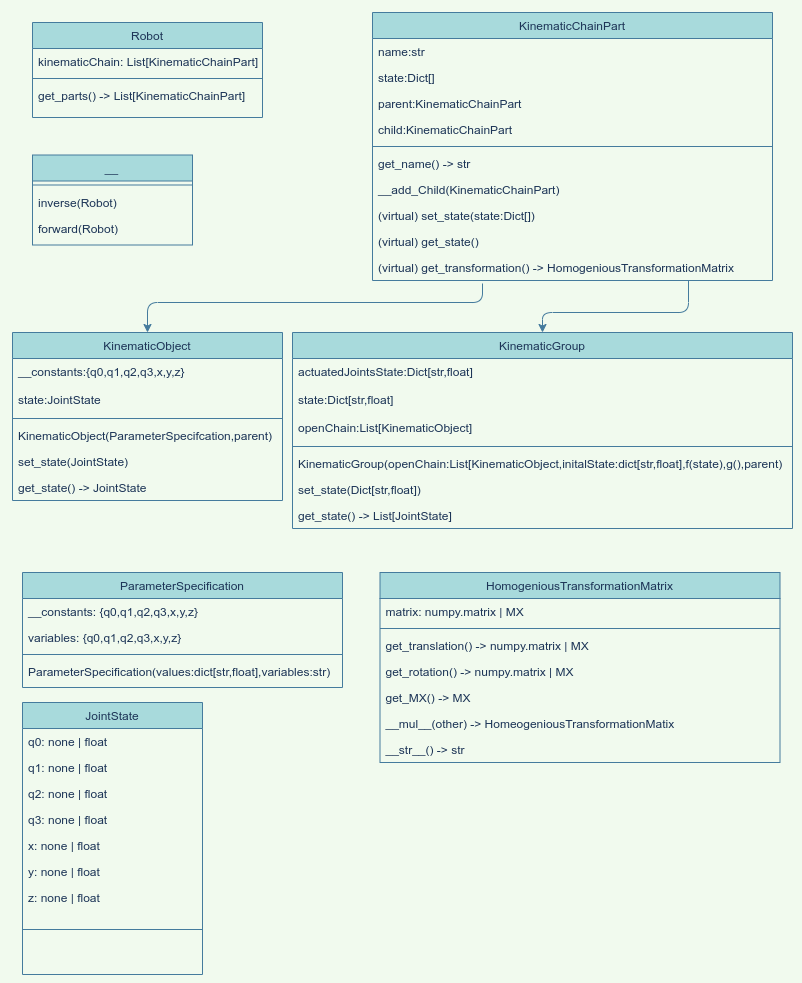
The draw.io diagram docs/design/TriP.png in TriPed-Robot/trip_kinematics, before a commit. Source tidied: cells renumbered, new cells last; positions are measured from the earlier drawing's top-left corner, leaving out a move shared by most shapes.
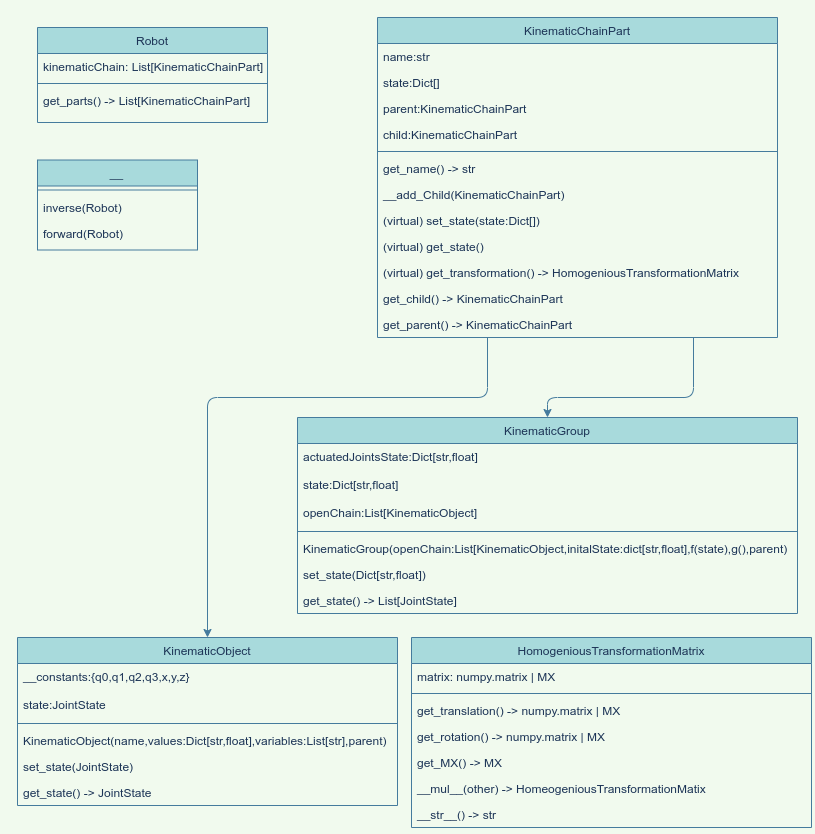
The same file after the commit.

Commit message:
Update class diagram

Diff of the diagram source:
```diff
@@ -15,7 +15,7 @@
       <mxGeometry y="60" width="230" height="26" as="geometry" />
     </mxCell>
     <mxCell id="6" value="KinematicGroup&#10;" style="swimlane;fontStyle=0;align=center;verticalAlign=top;horizontal=1;startSize=26;shadow=0;strokeWidth=1;fillColor=#A8DADC;strokeColor=#457B9D;fontColor=#1D3557;" parent="1" vertex="1">
-      <mxGeometry x="280" y="320" width="500" height="196" as="geometry" />
+      <mxGeometry x="280" y="400" width="500" height="196" as="geometry" />
     </mxCell>
     <mxCell id="7" value="actuatedJointsState:Dict[str,float]" style="text;align=left;verticalAlign=top;spacingLeft=4;spacingRight=4;overflow=hidden;shadow=0;html=0;fontColor=#1D3557;" parent="6" vertex="1">
       <mxGeometry y="26" width="500" height="28" as="geometry" />
@@ -38,41 +38,26 @@
     <mxCell id="13" value="get_state() -&gt; List[JointState]" style="text;align=left;verticalAlign=top;spacingLeft=4;spacingRight=4;overflow=hidden;fontColor=#1D3557;" parent="6" vertex="1">
       <mxGeometry y="170" width="500" height="26" as="geometry" />
     </mxCell>
-    <mxCell id="14" value="ParameterSpecification&#10;" style="swimlane;fontStyle=0;align=center;verticalAlign=top;horizontal=1;startSize=26;shadow=0;strokeWidth=1;fillColor=#A8DADC;strokeColor=#457B9D;fontColor=#1D3557;" parent="1" vertex="1">
-      <mxGeometry x="10" y="560" width="320" height="115" as="geometry" />
-    </mxCell>
-    <mxCell id="15" value="__constants: {q0,q1,q2,q3,x,y,z}" style="text;align=left;verticalAlign=top;spacingLeft=4;spacingRight=4;overflow=hidden;fontColor=#1D3557;" parent="14" vertex="1">
-      <mxGeometry y="26" width="320" height="26" as="geometry" />
-    </mxCell>
-    <mxCell id="16" value="variables: {q0,q1,q2,q3,x,y,z}" style="text;align=left;verticalAlign=top;spacingLeft=4;spacingRight=4;overflow=hidden;fontColor=#1D3557;" parent="14" vertex="1">
-      <mxGeometry y="52" width="320" height="26" as="geometry" />
-    </mxCell>
-    <mxCell id="17" style="line;html=1;strokeWidth=1;align=left;verticalAlign=middle;spacingTop=-1;spacingLeft=3;spacingRight=3;labelPosition=right;fillColor=#A8DADC;strokeColor=#457B9D;fontColor=#1D3557;labelBackgroundColor=#F1FAEE;" parent="14" vertex="1">
-      <mxGeometry y="78" width="320" height="8" as="geometry" />
-    </mxCell>
-    <mxCell id="18" value="ParameterSpecification(values:dict[str,float],variables:str)" style="text;align=left;verticalAlign=top;spacingLeft=4;spacingRight=4;overflow=hidden;fontColor=#1D3557;" parent="14" vertex="1">
-      <mxGeometry y="86" width="320" height="26" as="geometry" />
-    </mxCell>
     <mxCell id="19" value="KinematicObject&#10;" style="swimlane;fontStyle=0;align=center;verticalAlign=top;horizontal=1;startSize=26;shadow=0;strokeWidth=1;fillColor=#A8DADC;strokeColor=#457B9D;fontColor=#1D3557;" parent="1" vertex="1">
-      <mxGeometry y="320" width="270" height="168" as="geometry" />
+      <mxGeometry y="620" width="380" height="168" as="geometry" />
     </mxCell>
     <mxCell id="20" value="__constants:{q0,q1,q2,q3,x,y,z}&#10;" style="text;align=left;verticalAlign=top;spacingLeft=4;spacingRight=4;overflow=hidden;shadow=0;html=0;fontColor=#1D3557;" parent="19" vertex="1">
-      <mxGeometry y="26" width="270" height="28" as="geometry" />
+      <mxGeometry y="26" width="380" height="28" as="geometry" />
     </mxCell>
     <mxCell id="21" value="state:JointState" style="text;align=left;verticalAlign=top;spacingLeft=4;spacingRight=4;overflow=hidden;shadow=0;html=0;fontColor=#1D3557;" parent="19" vertex="1">
-      <mxGeometry y="54" width="270" height="28" as="geometry" />
+      <mxGeometry y="54" width="380" height="28" as="geometry" />
     </mxCell>
     <mxCell id="22" style="line;html=1;strokeWidth=1;align=left;verticalAlign=middle;spacingTop=-1;spacingLeft=3;spacingRight=3;labelPosition=right;fillColor=#A8DADC;strokeColor=#457B9D;fontColor=#1D3557;labelBackgroundColor=#F1FAEE;" parent="19" vertex="1">
-      <mxGeometry y="82" width="270" height="8" as="geometry" />
+      <mxGeometry y="82" width="380" height="8" as="geometry" />
     </mxCell>
-    <mxCell id="23" value="KinematicObject(ParameterSpecifcation,parent)" style="text;align=left;verticalAlign=top;spacingLeft=4;spacingRight=4;overflow=hidden;fontColor=#1D3557;" parent="19" vertex="1">
-      <mxGeometry y="90" width="270" height="26" as="geometry" />
+    <mxCell id="23" value="KinematicObject(name,values:Dict[str,float],variables:List[str],parent)" style="text;align=left;verticalAlign=top;spacingLeft=4;spacingRight=4;overflow=hidden;fontColor=#1D3557;" parent="19" vertex="1">
+      <mxGeometry y="90" width="380" height="26" as="geometry" />
     </mxCell>
     <mxCell id="24" value="set_state(JointState)" style="text;align=left;verticalAlign=top;spacingLeft=4;spacingRight=4;overflow=hidden;fontColor=#1D3557;" parent="19" vertex="1">
-      <mxGeometry y="116" width="270" height="26" as="geometry" />
+      <mxGeometry y="116" width="380" height="26" as="geometry" />
     </mxCell>
     <mxCell id="25" value="get_state() -&gt; JointState" style="text;align=left;verticalAlign=top;spacingLeft=4;spacingRight=4;overflow=hidden;fontColor=#1D3557;" parent="19" vertex="1">
-      <mxGeometry y="142" width="270" height="26" as="geometry" />
+      <mxGeometry y="142" width="380" height="26" as="geometry" />
     </mxCell>
     <mxCell id="26" value="__" style="swimlane;fontStyle=2;align=center;verticalAlign=top;horizontal=1;startSize=26;shadow=0;strokeWidth=1;fillColor=#A8DADC;strokeColor=#457B9D;fontColor=#1D3557;" parent="1" vertex="1">
       <mxGeometry x="20" y="142.5" width="160" height="90" as="geometry" />
@@ -87,7 +72,7 @@
       <mxGeometry y="60" width="160" height="26" as="geometry" />
     </mxCell>
     <mxCell id="30" value="KinematicChainPart" style="swimlane;fontStyle=0;align=center;verticalAlign=top;horizontal=1;startSize=26;shadow=0;strokeWidth=1;fillColor=#A8DADC;strokeColor=#457B9D;fontColor=#1D3557;" parent="1" vertex="1">
-      <mxGeometry x="360" width="400" height="268" as="geometry" />
+      <mxGeometry x="360" width="400" height="320" as="geometry" />
     </mxCell>
     <mxCell id="31" value="name:str" style="text;align=left;verticalAlign=top;spacingLeft=4;spacingRight=4;overflow=hidden;fontColor=#1D3557;" parent="30" vertex="1">
       <mxGeometry y="26" width="400" height="26" as="geometry" />
@@ -119,52 +104,32 @@
     <mxCell id="40" value="(virtual) get_transformation() -&gt; HomogeniousTransformationMatrix" style="text;align=left;verticalAlign=top;spacingLeft=4;spacingRight=4;overflow=hidden;points=[[0,0.5],[1,0.5]];portConstraint=eastwest;fontColor=#1D3557;" parent="30" vertex="1">
       <mxGeometry y="242" width="400" height="26" as="geometry" />
     </mxCell>
-    <mxCell id="41" value="JointState" style="swimlane;fontStyle=0;align=center;verticalAlign=top;horizontal=1;startSize=26;shadow=0;strokeWidth=1;fillColor=#A8DADC;strokeColor=#457B9D;fontColor=#1D3557;" parent="1" vertex="1">
-      <mxGeometry x="10" y="690" width="180" height="272" as="geometry" />
-    </mxCell>
-    <mxCell id="42" value="q0: none | float" style="text;align=left;verticalAlign=top;spacingLeft=4;spacingRight=4;overflow=hidden;fontColor=#1D3557;" parent="41" vertex="1">
-      <mxGeometry y="26" width="180" height="26" as="geometry" />
-    </mxCell>
-    <mxCell id="43" value="q1: none | float" style="text;align=left;verticalAlign=top;spacingLeft=4;spacingRight=4;overflow=hidden;fontColor=#1D3557;" parent="41" vertex="1">
-      <mxGeometry y="52" width="180" height="26" as="geometry" />
-    </mxCell>
-    <mxCell id="44" value="q2: none | float" style="text;align=left;verticalAlign=top;spacingLeft=4;spacingRight=4;overflow=hidden;fontColor=#1D3557;" parent="41" vertex="1">
-      <mxGeometry y="78" width="180" height="26" as="geometry" />
-    </mxCell>
-    <mxCell id="45" value="q3: none | float" style="text;align=left;verticalAlign=top;spacingLeft=4;spacingRight=4;overflow=hidden;fontColor=#1D3557;" parent="41" vertex="1">
-      <mxGeometry y="104" width="180" height="26" as="geometry" />
-    </mxCell>
-    <mxCell id="46" value="x: none | float" style="text;align=left;verticalAlign=top;spacingLeft=4;spacingRight=4;overflow=hidden;fontColor=#1D3557;" parent="41" vertex="1">
-      <mxGeometry y="130" width="180" height="26" as="geometry" />
-    </mxCell>
-    <mxCell id="47" value="y: none | float" style="text;align=left;verticalAlign=top;spacingLeft=4;spacingRight=4;overflow=hidden;fontColor=#1D3557;" parent="41" vertex="1">
-      <mxGeometry y="156" width="180" height="26" as="geometry" />
-    </mxCell>
-    <mxCell id="48" value="z: none | float" style="text;align=left;verticalAlign=top;spacingLeft=4;spacingRight=4;overflow=hidden;fontColor=#1D3557;" parent="41" vertex="1">
-      <mxGeometry y="182" width="180" height="26" as="geometry" />
-    </mxCell>
-    <mxCell id="49" style="line;html=1;strokeWidth=1;align=left;verticalAlign=middle;spacingTop=-1;spacingLeft=3;spacingRight=3;labelPosition=right;fillColor=#A8DADC;strokeColor=#457B9D;fontColor=#1D3557;labelBackgroundColor=#F1FAEE;" parent="41" vertex="1">
-      <mxGeometry y="208" width="180" height="38" as="geometry" />
-    </mxCell>
+    <mxCell id="60" value="get_child() -&gt; KinematicChainPart" style="text;align=left;verticalAlign=top;spacingLeft=4;spacingRight=4;overflow=hidden;fontColor=#1D3557;" parent="30" vertex="1">
+      <mxGeometry y="268" width="400" height="26" as="geometry" />
+    </mxCell>
+    <mxCell id="61" value="get_parent() -&gt; KinematicChainPart" style="text;align=left;verticalAlign=top;spacingLeft=4;spacingRight=4;overflow=hidden;fontColor=#1D3557;" parent="30" vertex="1">
+      <mxGeometry y="294" width="400" height="26" as="geometry" />
+    </mxCell>
     <mxCell id="50" style="endArrow=classic;html=1;strokeColor=#457B9D;fontColor=#1D3557;labelBackgroundColor=#F1FAEE;entryX=0.5;entryY=0;entryDx=0;entryDy=0;" parent="1" edge="1" target="19">
       <mxGeometry relative="1" as="geometry">
-        <mxPoint x="470" y="271" as="sourcePoint" />
+        <mxPoint x="470" y="320" as="sourcePoint" />
         <Array as="points">
-          <mxPoint x="470" y="290" />
-          <mxPoint x="135" y="290" />
+          <mxPoint x="470" y="380" />
+          <mxPoint x="190" y="380" />
         </Array>
       </mxGeometry>
     </mxCell>
-    <mxCell id="51" style="endArrow=classic;html=1;exitX=0.79;exitY=1.02;exitDx=0;exitDy=0;strokeColor=#457B9D;fontColor=#1D3557;labelBackgroundColor=#F1FAEE;entryX=0.5;entryY=0;entryDx=0;entryDy=0;exitPerimeter=0;" parent="1" edge="1" source="40" target="6">
+    <mxCell id="51" style="endArrow=classic;html=1;strokeColor=#457B9D;fontColor=#1D3557;labelBackgroundColor=#F1FAEE;entryX=0.5;entryY=0;entryDx=0;entryDy=0;" parent="1" edge="1" target="6">
       <mxGeometry relative="1" as="geometry">
+        <mxPoint x="676" y="320" as="sourcePoint" />
         <Array as="points">
-          <mxPoint x="676" y="300" />
-          <mxPoint x="530" y="300" />
+          <mxPoint x="676" y="380" />
+          <mxPoint x="530" y="380" />
         </Array>
       </mxGeometry>
     </mxCell>
     <mxCell id="52" value="HomogeniousTransformationMatrix" style="swimlane;fontStyle=0;align=center;verticalAlign=top;horizontal=1;startSize=26;shadow=0;strokeWidth=1;fillColor=#A8DADC;strokeColor=#457B9D;fontColor=#1D3557;" parent="1" vertex="1">
-      <mxGeometry x="367.5" y="560" width="400" height="190" as="geometry" />
+      <mxGeometry x="394" y="620" width="400" height="190" as="geometry" />
     </mxCell>
     <mxCell id="53" value="matrix: numpy.matrix | MX" style="text;align=left;verticalAlign=top;spacingLeft=4;spacingRight=4;overflow=hidden;fontColor=#1D3557;" parent="52" vertex="1">
       <mxGeometry y="26" width="400" height="26" as="geometry" />
```
